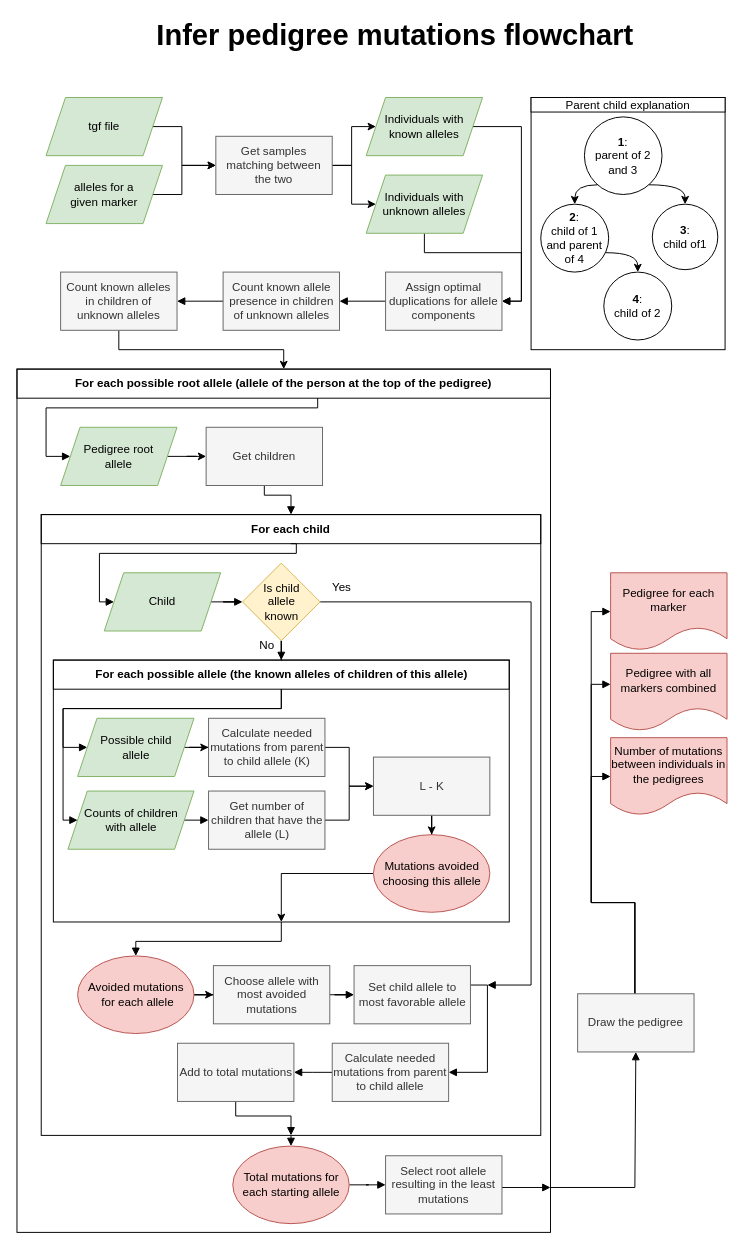
Earlier version of the draw.io diagram diagrams/infer_pedigree_mutations.drawio (genid/MalePedigreeToolbox). Source tidied: cells renumbered, new cells numbered last; positions are measured from the earlier drawing's top-left corner, leaving out a move shared by most shapes. Both pictures are drawn from the tidied source at 97%, with x=0, y=0 at pixel (16, 19).
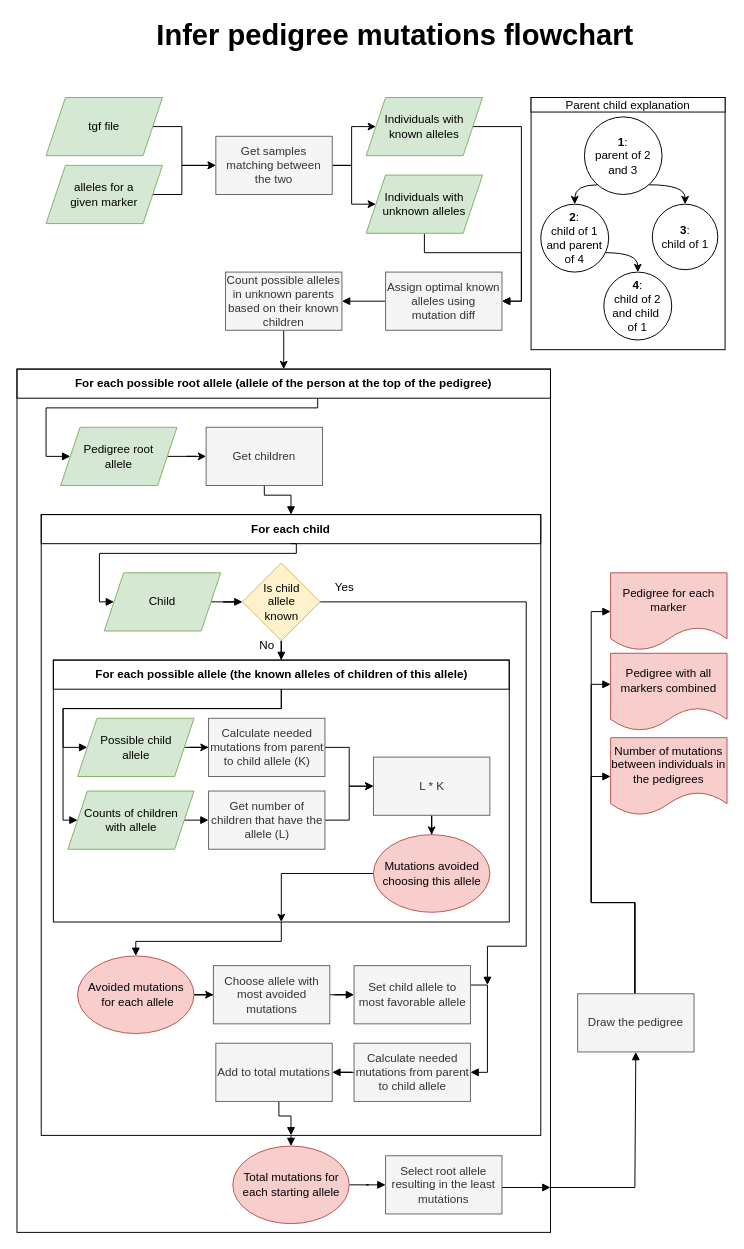
After the change.

Commit message (it also covers changes not shown here):
larger diagrams

Unchanged cells that the change refers to:
```xml
<mxCell id="4" style="rounded=0;whiteSpace=wrap;html=1;fillColor=none;" parent="1" vertex="1">
  <mxGeometry x="25" y="510" width="515" height="640" as="geometry" />
</mxCell>
<mxCell id="25" value="&lt;b&gt;For each possible root allele (allele of the person at the top of the pedigree)&lt;/b&gt;" style="rounded=0;whiteSpace=wrap;html=1;fillColor=none;" parent="1" vertex="1">
  <mxGeometry y="360" width="550" height="30" as="geometry" />
</mxCell>
<mxCell id="34" value="Is child &lt;br&gt;allele &lt;br&gt;known" style="rhombus;whiteSpace=wrap;html=1;fillColor=#fff2cc;strokeColor=#d6b656;" parent="1" vertex="1">
  <mxGeometry x="232.5" y="560" width="80" height="80" as="geometry" />
</mxCell>
```

Change to the diagram source:
```diff
@@
-    <mxCell id="19" value="Assign optimal duplications for allele components" style="rounded=0;whiteSpace=wrap;html=1;fillColor=#f5f5f5;fontColor=#333333;strokeColor=#666666;" parent="1" vertex="1">
+    <mxCell id="19" value="Assign optimal known alleles using &lt;br&gt;mutation diff" style="rounded=0;whiteSpace=wrap;html=1;fillColor=#f5f5f5;fontColor=#333333;strokeColor=#666666;" parent="1" vertex="1">
       <mxGeometry x="380" y="260" width="120" height="60" as="geometry" />
     </mxCell>
-    <mxCell id="20" style="edgeStyle=orthogonalEdgeStyle;rounded=0;jettySize=auto;html=1;entryX=1;entryY=0.5;entryDx=0;entryDy=0;endArrow=block;endFill=1;" parent="1" edge="1" source="21" target="23">
-      <mxGeometry relative="1" as="geometry" />
-    </mxCell>
+    <mxCell id="86" style="edgeStyle=orthogonalEdgeStyle;rounded=0;jettySize=auto;html=1;entryX=0.5;entryY=0;entryDx=0;entryDy=0;" parent="1" edge="1" source="21" target="25">
+      <mxGeometry relative="1" as="geometry" />
+    </mxCell>
-    <mxCell id="21" value="Count known allele presence in children of unknown alleles" style="rounded=0;whiteSpace=wrap;html=1;fillColor=#f5f5f5;fontColor=#333333;strokeColor=#666666;" parent="1" vertex="1">
-      <mxGeometry x="212.5" y="260" width="120" height="60" as="geometry" />
+    <mxCell id="21" value="Count possible alleles in unknown parents based on their known children" style="rounded=0;whiteSpace=wrap;html=1;fillColor=#f5f5f5;fontColor=#333333;strokeColor=#666666;" parent="1" vertex="1">
+      <mxGeometry x="215" y="260" width="120" height="60" as="geometry" />
     </mxCell>
-    <mxCell id="22" style="edgeStyle=orthogonalEdgeStyle;rounded=0;jettySize=auto;html=1;entryX=0.5;entryY=0;entryDx=0;entryDy=0;" parent="1" edge="1" source="23" target="25">
-      <mxGeometry relative="1" as="geometry" />
-    </mxCell>
-    <mxCell id="23" value="Count known alleles in children of unknown alleles" style="rounded=0;whiteSpace=wrap;html=1;fillColor=#f5f5f5;fontColor=#333333;strokeColor=#666666;" parent="1" vertex="1">
-      <mxGeometry x="45" y="260" width="120" height="60" as="geometry" />
-    </mxCell>
@@
     <mxCell id="27" style="edgeStyle=orthogonalEdgeStyle;rounded=0;jettySize=auto;html=1;endArrow=block;endFill=1;exitX=1;exitY=0.5;exitDx=0;exitDy=0;" parent="1" edge="1" source="34">
       <mxGeometry relative="1" as="geometry">
         <mxPoint x="485" y="995" as="targetPoint" />
         <Array as="points">
-          <mxPoint x="530" y="600" />
-          <mxPoint x="530" y="995" />
+          <mxPoint x="525" y="600" />
+          <mxPoint x="525" y="955" />
+          <mxPoint x="485" y="955" />
         </Array>
       </mxGeometry>
     </mxCell>
@@
-    <mxCell id="42" value="L - K" style="rounded=0;whiteSpace=wrap;html=1;fillColor=#f5f5f5;fontColor=#333333;strokeColor=#666666;" parent="1" vertex="1">
+    <mxCell id="42" value="L * K" style="rounded=0;whiteSpace=wrap;html=1;fillColor=#f5f5f5;fontColor=#333333;strokeColor=#666666;" parent="1" vertex="1">
       <mxGeometry x="367.5" y="760" width="120" height="60" as="geometry" />
     </mxCell>
@@
     <mxCell id="49" value="Calculate needed mutations from parent to child allele" style="whiteSpace=wrap;html=1;fillColor=#f5f5f5;fontColor=#333333;strokeColor=#666666;" parent="1" vertex="1">
-      <mxGeometry x="325" y="1055" width="120" height="60" as="geometry" />
+      <mxGeometry x="347.5" y="1055" width="120" height="60" as="geometry" />
     </mxCell>
@@
     <mxCell id="54" style="edgeStyle=orthogonalEdgeStyle;rounded=0;jettySize=auto;html=1;entryX=0.5;entryY=1;entryDx=0;entryDy=0;endArrow=block;endFill=1;" parent="1" edge="1" source="55" target="4">
       <mxGeometry relative="1" as="geometry">
         <Array as="points">
-          <mxPoint x="225" y="1130" />
+          <mxPoint x="270" y="1130" />
           <mxPoint x="283" y="1130" />
         </Array>
       </mxGeometry>
     </mxCell>
     <mxCell id="55" value="Add to total mutations" style="rounded=0;whiteSpace=wrap;html=1;fillColor=#f5f5f5;fontColor=#333333;strokeColor=#666666;" parent="1" vertex="1">
-      <mxGeometry x="165.5" y="1055" width="120" height="60" as="geometry" />
+      <mxGeometry x="205" y="1055" width="120" height="60" as="geometry" />
     </mxCell>
@@
-    <mxCell id="68" value="&lt;div&gt;&lt;b&gt;3&lt;/b&gt;:&lt;/div&gt;&lt;div&gt;child of1 &lt;br&gt;&lt;/div&gt;" style="ellipse;whiteSpace=wrap;html=1;" parent="1" vertex="1">
+    <mxCell id="68" value="&lt;div&gt;&lt;b&gt;3&lt;/b&gt;:&lt;/div&gt;&lt;div&gt;child of 1 &lt;br&gt;&lt;/div&gt;" style="ellipse;whiteSpace=wrap;html=1;" parent="1" vertex="1">
       <mxGeometry x="655" y="190" width="67.5" height="67.5" as="geometry" />
     </mxCell>
-    <mxCell id="69" value="&lt;div&gt;&lt;b&gt;4&lt;/b&gt;:&lt;/div&gt;&lt;div&gt;child of 2&lt;br&gt;&lt;/div&gt;" style="ellipse;whiteSpace=wrap;html=1;" parent="1" vertex="1">
+    <mxCell id="69" value="&lt;div&gt;&lt;b&gt;4&lt;/b&gt;:&lt;/div&gt;&lt;div&gt;child of 2 and child&amp;nbsp;&lt;/div&gt;&lt;div&gt;of 1&lt;br&gt;&lt;/div&gt;" style="ellipse;whiteSpace=wrap;html=1;" parent="1" vertex="1">
       <mxGeometry x="605" y="260" width="70" height="70" as="geometry" />
     </mxCell>
@@
     <mxCell id="78" value="Yes" style="text;html=1;strokeColor=none;fillColor=none;align=center;verticalAlign=middle;whiteSpace=wrap;rounded=0;" parent="1" vertex="1">
-      <mxGeometry x="305" y="570" width="60" height="30" as="geometry" />
+      <mxGeometry x="307.5" y="570" width="60" height="30" as="geometry" />
     </mxCell>
```
